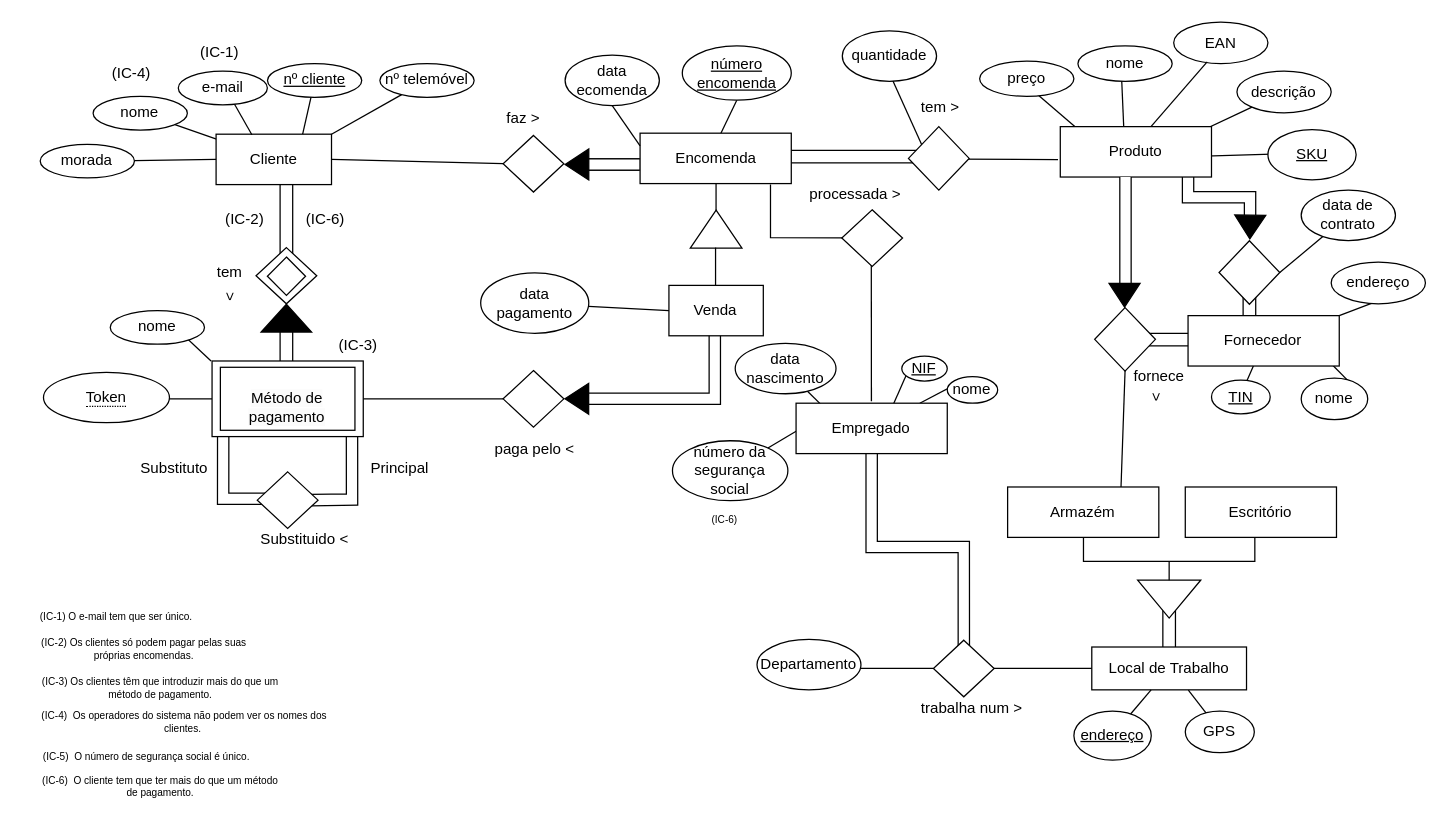
The draw.io diagram Diagrama sem nome.drawio in SamuelGoncalves8/Bd-project, before the edit. Source tidied: cells renumbered, new cells numbered last; positions are measured from the earlier drawing's top-left corner, leaving out a move shared by most shapes. Both pictures are drawn from the tidied source at 126%, with x=0, y=0 at pixel (21, 21).
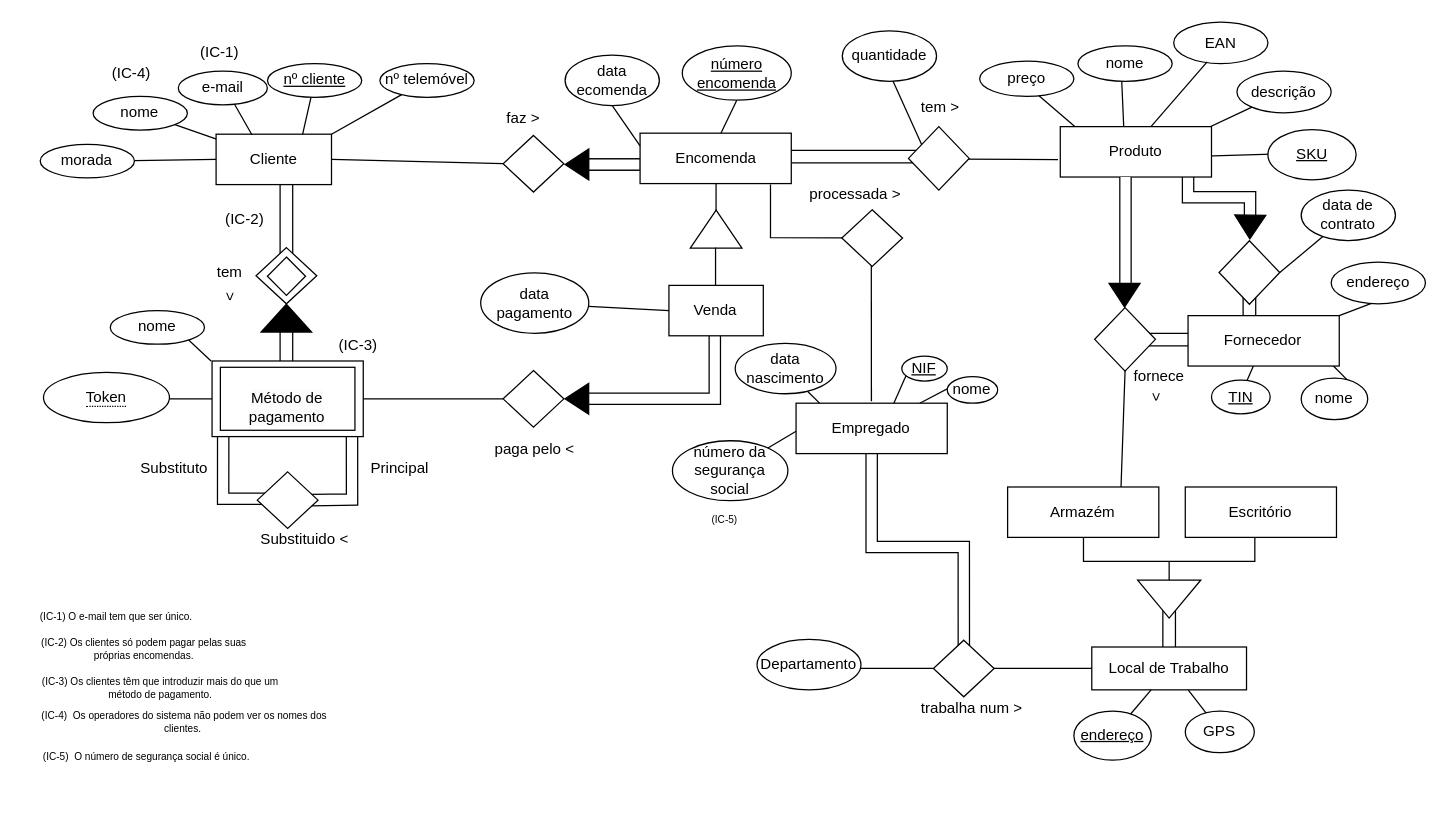
The same page after the edit.

Change to the diagram source:
```diff
@@
-    <mxCell id="119" value="&lt;div&gt;(IC-6)&amp;nbsp;&lt;/div&gt;" style="text;html=1;strokeColor=none;fillColor=none;align=center;verticalAlign=middle;whiteSpace=wrap;rounded=0;fontSize=8;" parent="1" vertex="1">
+    <mxCell id="119" value="&lt;div&gt;(IC-5)&amp;nbsp;&lt;/div&gt;" style="text;html=1;strokeColor=none;fillColor=none;align=center;verticalAlign=middle;whiteSpace=wrap;rounded=0;fontSize=8;" parent="1" vertex="1">
       <mxGeometry x="503" y="379.9" width="111.8" height="30" as="geometry" />
     </mxCell>
@@
-    <mxCell id="125" value="(IC-6)" style="text;html=1;strokeColor=none;fillColor=none;align=center;verticalAlign=middle;whiteSpace=wrap;rounded=0;rotation=0;" parent="1" vertex="1">
-      <mxGeometry x="210.8" y="141.6" width="60" height="30" as="geometry" />
-    </mxCell>
-    <mxCell id="126" value="&lt;div&gt;(IC-6)&amp;nbsp; O cliente tem que ter mais do que um método de pagamento.&lt;/div&gt;" style="text;html=1;strokeColor=none;fillColor=none;align=center;verticalAlign=middle;whiteSpace=wrap;rounded=0;fontSize=8;" parent="1" vertex="1">
-      <mxGeometry x="12.6" y="592" width="193.5" height="30" as="geometry" />
-    </mxCell>
```
